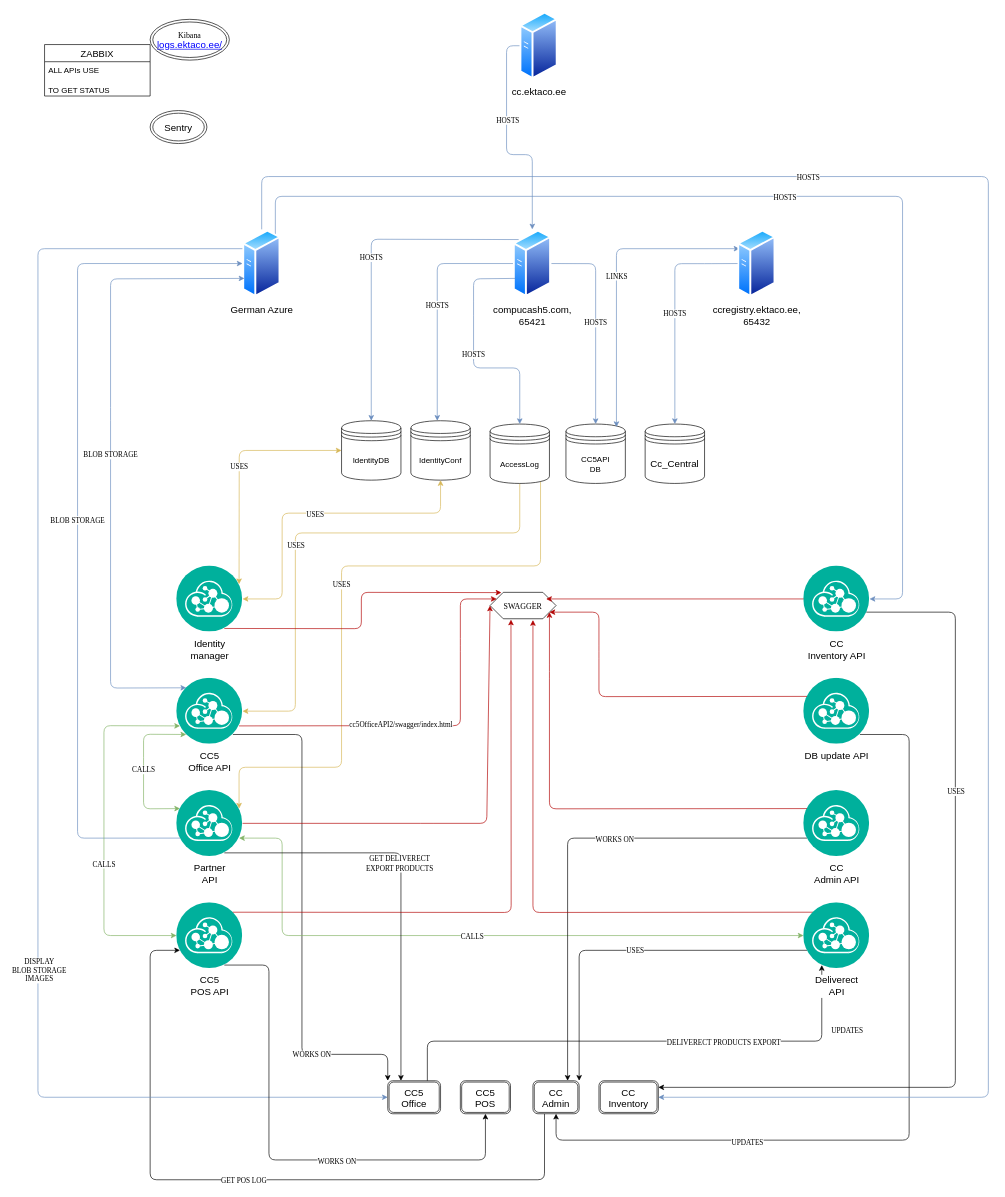
Before: Untitled Diagram.drawio in johanreili/CompuCash-API, a draw.io diagram. Source tidied: cells renumbered, new cells numbered last; positions are measured from the earlier drawing's top-left corner, leaving out a move shared by most shapes. Both pictures are drawn from the tidied source at 66%, with x=0, y=0 at pixel (38, 11).
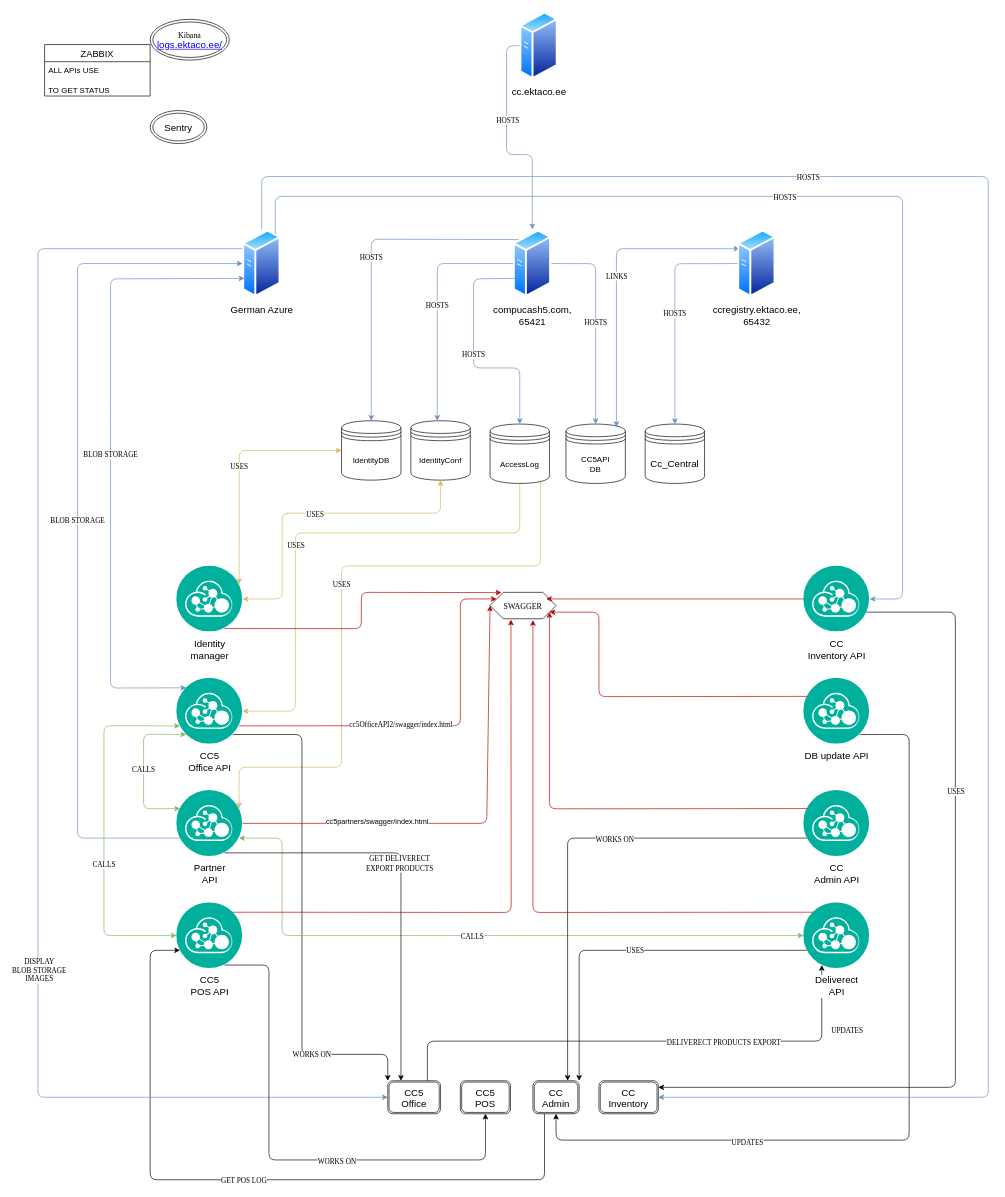
The same diagram, later.

The change refers to these unchanged cells:
```xml
<mxCell id="70" style="endArrow=classic;html=1;fontFamily=Times New Roman;exitX=1;exitY=0.5;exitDx=0;exitDy=0;entryX=0;entryY=0.5;entryDx=0;entryDy=0;entryPerimeter=0;spacingTop=3;fillColor=#e51400;strokeColor=#B20000;" parent="1" edge="1" source="75" target="46">
  <mxGeometry relative="1" as="geometry">
    <Array as="points">
      <mxPoint x="590" y="1230" />
      <mxPoint x="680" y="1230" />
    </Array>
  </mxGeometry>
</mxCell>
```

The edit, as a diff of the source:
```diff
@@
+    <mxCell id="80" value="cc5partners/swagger/index.html" style="edgeLabel;html=1;align=center;verticalAlign=middle;" parent="70" vertex="1">
+      <mxGeometry x="-0.42" y="3" relative="1" as="geometry" />
+    </mxCell>
```
